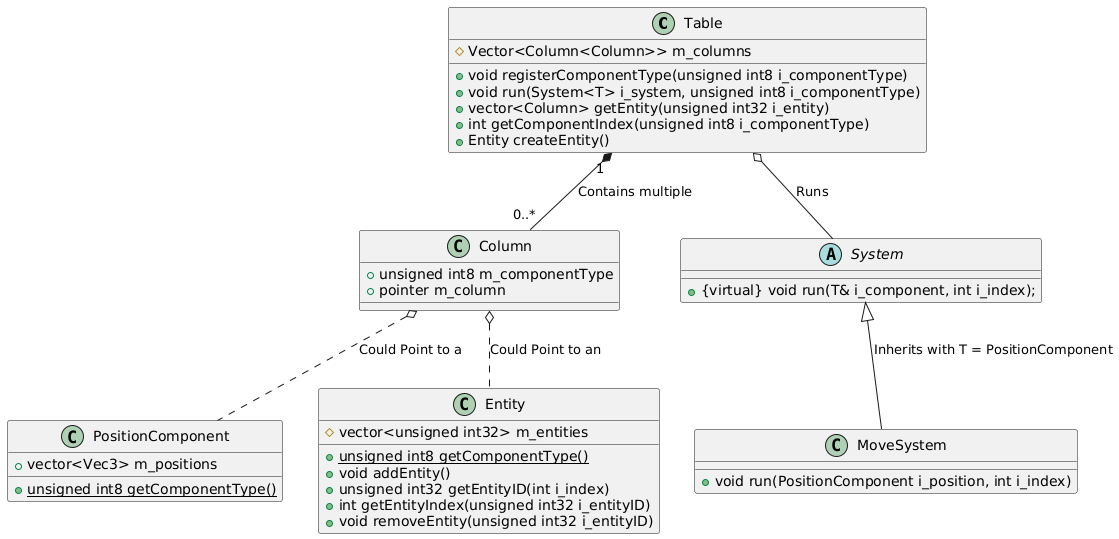
This is ClassDiagram.png from NCCA/programming-assignment-supersliser, a PlantUML export, as it was before one commit.
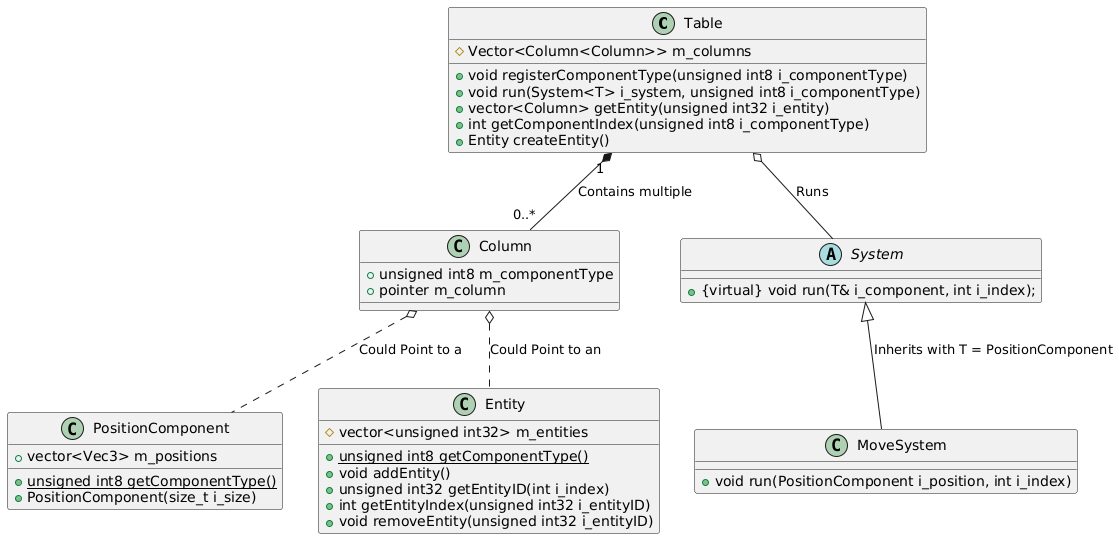
After the change.

What changed in the source:
```diff
@@ -17,6 +17,7 @@
 class PositionComponent {
 	+ vector<Vec3> m_positions
     + {static} unsigned int8 getComponentType()
+	+ PositionComponent(size_t i_size)
 }
 
 class Entity {
```
